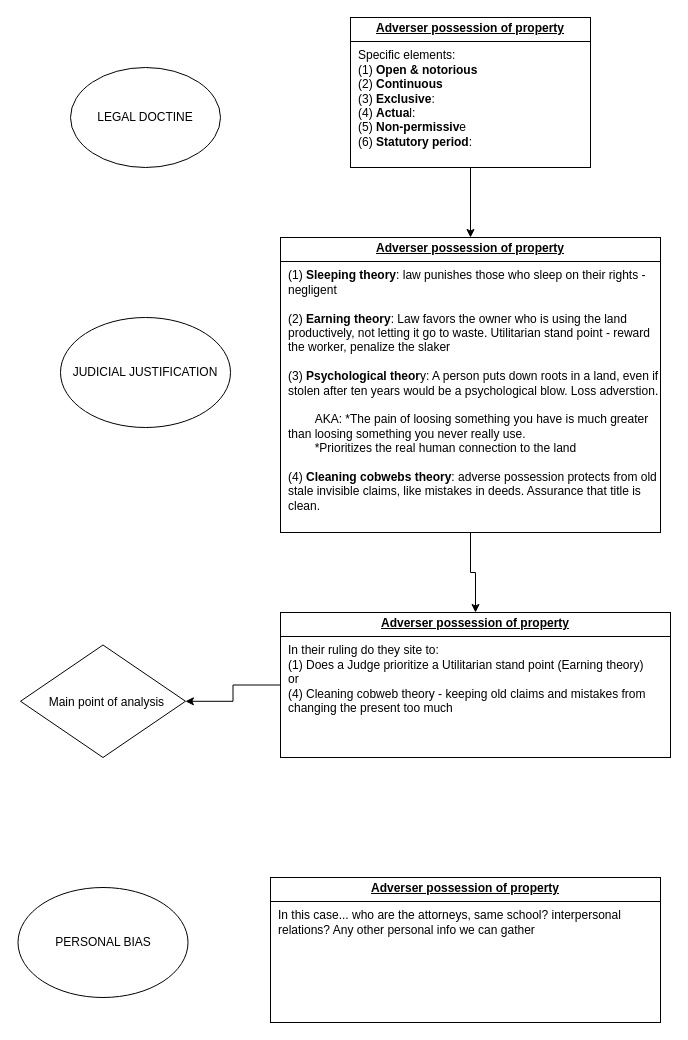
Jdcruz831/law-school keeps this draw.io diagram as page "Start" (1 of 2) of Predictor.drawio. Above is the earlier version. Source tidied: cells renumbered, new cells numbered last; positions are measured from the earlier drawing's top-left corner, leaving out a move shared by most shapes. Both pictures are drawn from the tidied source at 100%, with x=0, y=0 at pixel (18, 17).
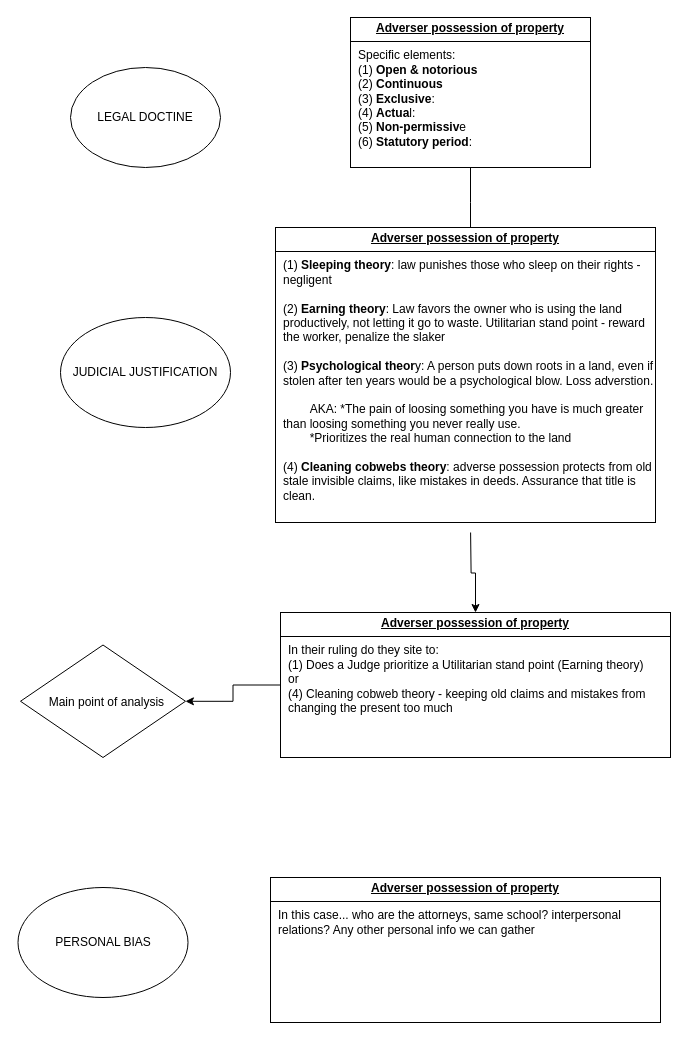
The same page after the edit.

What changed in the source:
```diff
@@
 <mxGraphModel>
   <root>
     <mxCell id="0" />
     <mxCell id="1" parent="0" />
-    <mxCell id="2" style="edgeStyle=orthogonalEdgeStyle;rounded=0;jettySize=auto;html=1;" parent="1" edge="1" source="3" target="8">
-      <mxGeometry relative="1" as="geometry" />
+    <mxCell id="2" style="edgeStyle=orthogonalEdgeStyle;rounded=0;jettySize=auto;html=1;" parent="1" edge="1" source="3">
+      <mxGeometry relative="1" as="geometry">
+        <mxPoint x="452" y="220" as="targetPoint" />
+      </mxGeometry>
     </mxCell>
     <mxCell id="3" value="&lt;p style=&quot;margin: 4px 0px 0px; text-align: center; text-decoration-color: currentcolor;&quot;&gt;&lt;b&gt;&lt;u&gt;Adverser possession of property&lt;/u&gt;&lt;/b&gt;&lt;br&gt;&lt;/p&gt;&lt;hr size=&quot;1&quot; style=&quot;border-style:solid;&quot;&gt;&lt;p style=&quot;margin:0px;margin-left:8px;&quot;&gt;Specific elements:&amp;nbsp;&lt;/p&gt;&lt;p style=&quot;margin: 0px 0px 0px 8px;&quot;&gt;(1)&amp;nbsp;&lt;b&gt;Open &amp;amp; notorious&lt;/b&gt;&lt;/p&gt;&lt;p style=&quot;margin: 0px 0px 0px 8px;&quot;&gt;(2)&amp;nbsp;&lt;b&gt;Continuous&lt;/b&gt;&lt;/p&gt;&lt;p style=&quot;margin: 0px 0px 0px 8px;&quot;&gt;(3)&amp;nbsp;&lt;b&gt;Exclusive&lt;/b&gt;:&amp;nbsp;&lt;/p&gt;&lt;p style=&quot;margin: 0px 0px 0px 8px;&quot;&gt;(4)&amp;nbsp;&lt;b&gt;Actua&lt;/b&gt;l:&amp;nbsp;&lt;/p&gt;&lt;p style=&quot;margin: 0px 0px 0px 8px;&quot;&gt;(5)&amp;nbsp;&lt;b&gt;Non-permissiv&lt;/b&gt;e&lt;/p&gt;&lt;p style=&quot;margin: 0px 0px 0px 8px;&quot;&gt;(6)&amp;nbsp;&lt;b&gt;Statutory period&lt;/b&gt;:&lt;/p&gt;" style="verticalAlign=top;align=left;overflow=fill;html=1;whiteSpace=wrap;" parent="1" vertex="1">
       <mxGeometry x="332" width="240" height="150" as="geometry" />
     </mxCell>
     <mxCell id="4" value="LEGAL DOCTINE" style="ellipse;whiteSpace=wrap;html=1;" parent="1" vertex="1">
       <mxGeometry x="52" y="50" width="150" height="100" as="geometry" />
     </mxCell>
     <mxCell id="5" value="JUDICIAL JUSTIFICATION" style="ellipse;whiteSpace=wrap;html=1;" parent="1" vertex="1">
       <mxGeometry x="42" y="300" width="170" height="110" as="geometry" />
     </mxCell>
     <mxCell id="6" value="PERSONAL BIAS" style="ellipse;whiteSpace=wrap;html=1;" parent="1" vertex="1">
       <mxGeometry x="-0.5" y="870" width="170" height="110" as="geometry" />
     </mxCell>
-    <mxCell id="7" style="edgeStyle=orthogonalEdgeStyle;rounded=0;jettySize=auto;html=1;" parent="1" edge="1" source="8" target="10">
-      <mxGeometry relative="1" as="geometry" />
+    <mxCell id="7" style="edgeStyle=orthogonalEdgeStyle;rounded=0;jettySize=auto;html=1;" parent="1" edge="1" target="10">
+      <mxGeometry relative="1" as="geometry">
+        <mxPoint x="452.1" y="515" as="sourcePoint" />
+      </mxGeometry>
     </mxCell>
-    <mxCell id="8" value="&lt;p style=&quot;margin: 4px 0px 0px; text-align: center; text-decoration-color: currentcolor;&quot;&gt;&lt;b&gt;&lt;u&gt;Adverser possession of property&lt;/u&gt;&lt;/b&gt;&lt;br&gt;&lt;/p&gt;&lt;hr size=&quot;1&quot; style=&quot;border-style:solid;&quot;&gt;&lt;p style=&quot;margin:0px;margin-left:8px;&quot;&gt;(1) &lt;b&gt;Sleeping&lt;/b&gt; &lt;b&gt;theory&lt;/b&gt;: law punishes those who sleep on their rights - negligent&amp;nbsp;&lt;/p&gt;&lt;p style=&quot;margin:0px;margin-left:8px;&quot;&gt;&lt;br&gt;&lt;/p&gt;&lt;p style=&quot;margin:0px;margin-left:8px;&quot;&gt;(2) &lt;b&gt;Earning theory&lt;/b&gt;: Law favors the owner who is using the land productively, not letting it go to waste. Utilitarian stand point - reward the worker, penalize the slaker&lt;/p&gt;&lt;p style=&quot;margin:0px;margin-left:8px;&quot;&gt;&lt;br&gt;&lt;/p&gt;&lt;p style=&quot;margin:0px;margin-left:8px;&quot;&gt;(3) &lt;b&gt;Psychological theor&lt;/b&gt;y: A person puts down roots in a land, even if stolen after ten years would be a psychological blow. Loss adverstion.&lt;/p&gt;&lt;p style=&quot;margin:0px;margin-left:8px;&quot;&gt;&lt;br&gt;&lt;/p&gt;&lt;p style=&quot;margin:0px;margin-left:8px;&quot;&gt;&lt;span class=&quot;Apple-tab-span&quot; style=&quot;white-space:pre&quot;&gt;&#9;&lt;/span&gt;AKA: *The pain of loosing something you have is much greater than loosing something you never really use.&amp;nbsp;&lt;/p&gt;&lt;p style=&quot;margin:0px;margin-left:8px;&quot;&gt;&lt;span class=&quot;Apple-tab-span&quot; style=&quot;white-space:pre&quot;&gt;&#9;&lt;/span&gt;*Prioritizes the real human connection to the land&amp;nbsp;&lt;/p&gt;&lt;p style=&quot;margin:0px;margin-left:8px;&quot;&gt;&lt;br&gt;&lt;/p&gt;&lt;p style=&quot;margin:0px;margin-left:8px;&quot;&gt;(4) &lt;b&gt;Cleaning cobwebs theory&lt;/b&gt;: adverse possession protects from old stale invisible claims, like mistakes in deeds. Assurance that title is clean.&amp;nbsp;&lt;/p&gt;" style="verticalAlign=top;align=left;overflow=fill;html=1;whiteSpace=wrap;" parent="1" vertex="1">
-      <mxGeometry x="262" y="220" width="380" height="295" as="geometry" />
-    </mxCell>
     <mxCell id="9" style="edgeStyle=orthogonalEdgeStyle;rounded=0;jettySize=auto;html=1;" parent="1" edge="1" source="10" target="11">
       <mxGeometry relative="1" as="geometry" />
     </mxCell>
     <mxCell id="10" value="&lt;p style=&quot;margin: 4px 0px 0px; text-align: center; text-decoration-color: currentcolor;&quot;&gt;&lt;b&gt;&lt;u&gt;Adverser possession of property&lt;/u&gt;&lt;/b&gt;&lt;br&gt;&lt;/p&gt;&lt;hr size=&quot;1&quot; style=&quot;border-style:solid;&quot;&gt;&lt;p style=&quot;margin:0px;margin-left:8px;&quot;&gt;In their ruling do they site to:&amp;nbsp;&lt;/p&gt;&lt;p style=&quot;margin:0px;margin-left:8px;&quot;&gt;(1) Does a Judge prioritize a&amp;nbsp;Utilitarian stand point (Earning theory)&lt;/p&gt;&lt;p style=&quot;margin:0px;margin-left:8px;&quot;&gt;or&amp;nbsp;&lt;/p&gt;&lt;p style=&quot;margin:0px;margin-left:8px;&quot;&gt;(4) Cleaning cobweb theory - keeping old claims and mistakes from changing the present too much&lt;/p&gt;" style="verticalAlign=top;align=left;overflow=fill;html=1;whiteSpace=wrap;" parent="1" vertex="1">
       <mxGeometry x="262" y="595" width="390" height="145" as="geometry" />
     </mxCell>
     <mxCell id="11" value="&lt;div&gt;&lt;br&gt;&lt;/div&gt;&lt;div&gt;&lt;br&gt;&lt;/div&gt;&lt;div&gt;&lt;br&gt;&lt;/div&gt;&lt;div&gt;&lt;span style=&quot;white-space: pre;&quot;&gt;&#9;&lt;/span&gt;Main point of analysis&amp;nbsp;&lt;/div&gt;" style="rhombus;whiteSpace=wrap;html=1;align=left;verticalAlign=top;" parent="1" vertex="1">
       <mxGeometry x="2" y="627.5" width="165" height="112.5" as="geometry" />
     </mxCell>
     <mxCell id="12" value="&lt;p style=&quot;margin: 4px 0px 0px; text-align: center; text-decoration-color: currentcolor;&quot;&gt;&lt;b&gt;&lt;u&gt;Adverser possession of property&lt;/u&gt;&lt;/b&gt;&lt;br&gt;&lt;/p&gt;&lt;hr size=&quot;1&quot; style=&quot;border-style:solid;&quot;&gt;&lt;p style=&quot;margin:0px;margin-left:8px;&quot;&gt;In this case... who are the attorneys, same school? interpersonal relations? Any other personal info we can gather&lt;/p&gt;" style="verticalAlign=top;align=left;overflow=fill;html=1;whiteSpace=wrap;" parent="1" vertex="1">
       <mxGeometry x="252" y="860" width="390" height="145" as="geometry" />
     </mxCell>
+    <mxCell id="8" value="&lt;p style=&quot;margin: 4px 0px 0px; text-align: center; text-decoration-color: currentcolor;&quot;&gt;&lt;b&gt;&lt;u&gt;Adverser possession of property&lt;/u&gt;&lt;/b&gt;&lt;br&gt;&lt;/p&gt;&lt;hr size=&quot;1&quot; style=&quot;border-style:solid;&quot;&gt;&lt;p style=&quot;margin:0px;margin-left:8px;&quot;&gt;(1) &lt;b&gt;Sleeping&lt;/b&gt; &lt;b&gt;theory&lt;/b&gt;: law punishes those who sleep on their rights - negligent&amp;nbsp;&lt;/p&gt;&lt;p style=&quot;margin:0px;margin-left:8px;&quot;&gt;&lt;br&gt;&lt;/p&gt;&lt;p style=&quot;margin:0px;margin-left:8px;&quot;&gt;(2) &lt;b&gt;Earning theory&lt;/b&gt;: Law favors the owner who is using the land productively, not letting it go to waste. Utilitarian stand point - reward the worker, penalize the slaker&lt;/p&gt;&lt;p style=&quot;margin:0px;margin-left:8px;&quot;&gt;&lt;br&gt;&lt;/p&gt;&lt;p style=&quot;margin:0px;margin-left:8px;&quot;&gt;(3) &lt;b&gt;Psychological theor&lt;/b&gt;y: A person puts down roots in a land, even if stolen after ten years would be a psychological blow. Loss adverstion.&lt;/p&gt;&lt;p style=&quot;margin:0px;margin-left:8px;&quot;&gt;&lt;br&gt;&lt;/p&gt;&lt;p style=&quot;margin:0px;margin-left:8px;&quot;&gt;&lt;span class=&quot;Apple-tab-span&quot; style=&quot;white-space:pre&quot;&gt;&#9;&lt;/span&gt;AKA: *The pain of loosing something you have is much greater than loosing something you never really use.&amp;nbsp;&lt;/p&gt;&lt;p style=&quot;margin:0px;margin-left:8px;&quot;&gt;&lt;span class=&quot;Apple-tab-span&quot; style=&quot;white-space:pre&quot;&gt;&#9;&lt;/span&gt;*Prioritizes the real human connection to the land&amp;nbsp;&lt;/p&gt;&lt;p style=&quot;margin:0px;margin-left:8px;&quot;&gt;&lt;br&gt;&lt;/p&gt;&lt;p style=&quot;margin:0px;margin-left:8px;&quot;&gt;(4) &lt;b&gt;Cleaning cobwebs theory&lt;/b&gt;: adverse possession protects from old stale invisible claims, like mistakes in deeds. Assurance that title is clean.&amp;nbsp;&lt;/p&gt;" style="verticalAlign=top;align=left;overflow=fill;html=1;whiteSpace=wrap;" parent="1" vertex="1">
+      <mxGeometry x="257" y="210" width="380" height="295" as="geometry" />
+    </mxCell>
   </root>
 </mxGraphModel>
```
